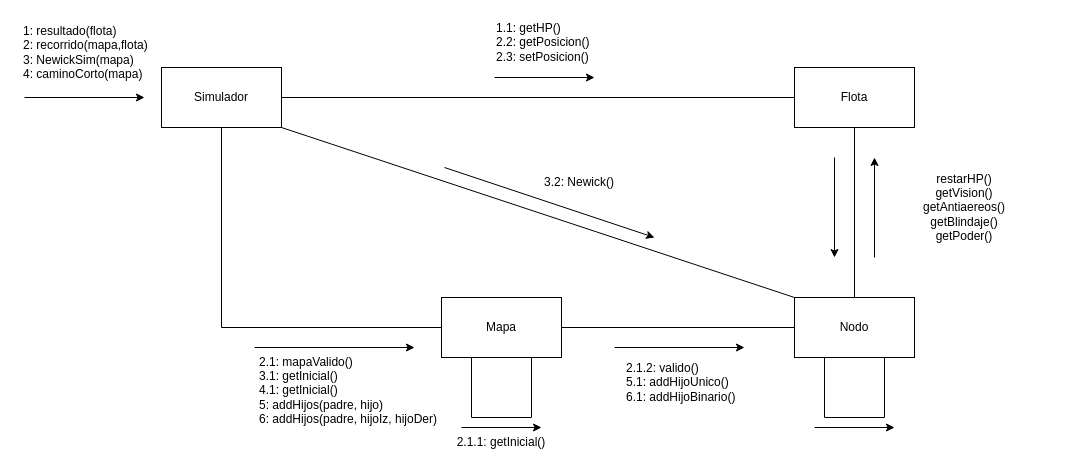
paulacarril/diagramas keeps this draw.io diagram as ej2diagramacomunicacion.drawio. Above is the earlier version. Source tidied: cells renumbered, new cells numbered last; positions are measured from the earlier drawing's top-left corner, leaving out a move shared by most shapes. Both pictures are drawn from the tidied source at 100%, with x=0, y=0 at pixel (21, 17).
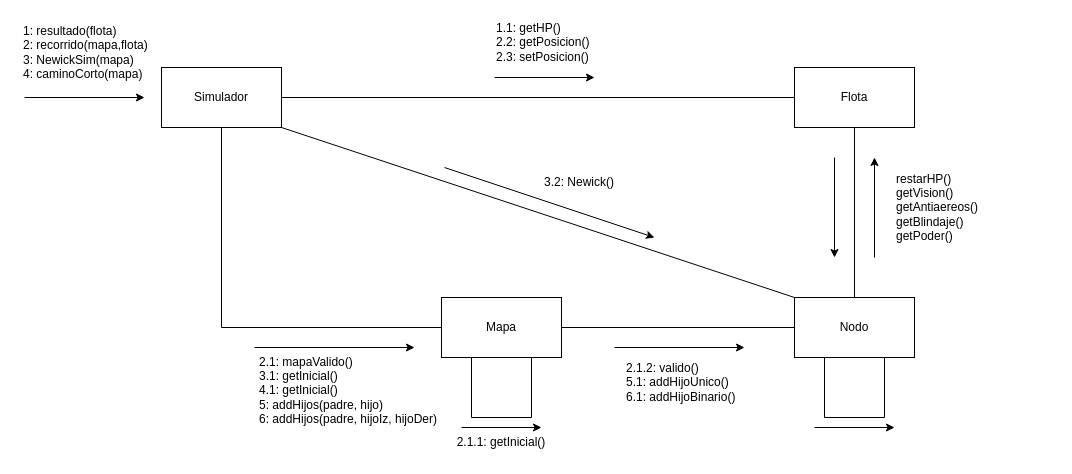
After the change.

What changed in the source:
```diff
@@
-    <mxCell id="29" value="restarHP()&lt;br&gt;getVision()&lt;br&gt;getAntiaereos()&lt;br&gt;getBlindaje()&lt;br&gt;getPoder()" style="text;html=1;strokeColor=none;fillColor=none;align=center;verticalAlign=middle;whiteSpace=wrap;rounded=0;" parent="1" vertex="1">
-      <mxGeometry x="863" y="140" width="160" height="100" as="geometry" />
+    <mxCell id="29" value="restarHP()&lt;br&gt;getVision()&lt;br&gt;getAntiaereos()&lt;br&gt;getBlindaje()&lt;br&gt;getPoder()" style="text;html=1;strokeColor=none;fillColor=none;align=left;verticalAlign=middle;whiteSpace=wrap;rounded=0;" parent="1" vertex="1">
+      <mxGeometry x="873" y="140" width="160" height="100" as="geometry" />
     </mxCell>
```
